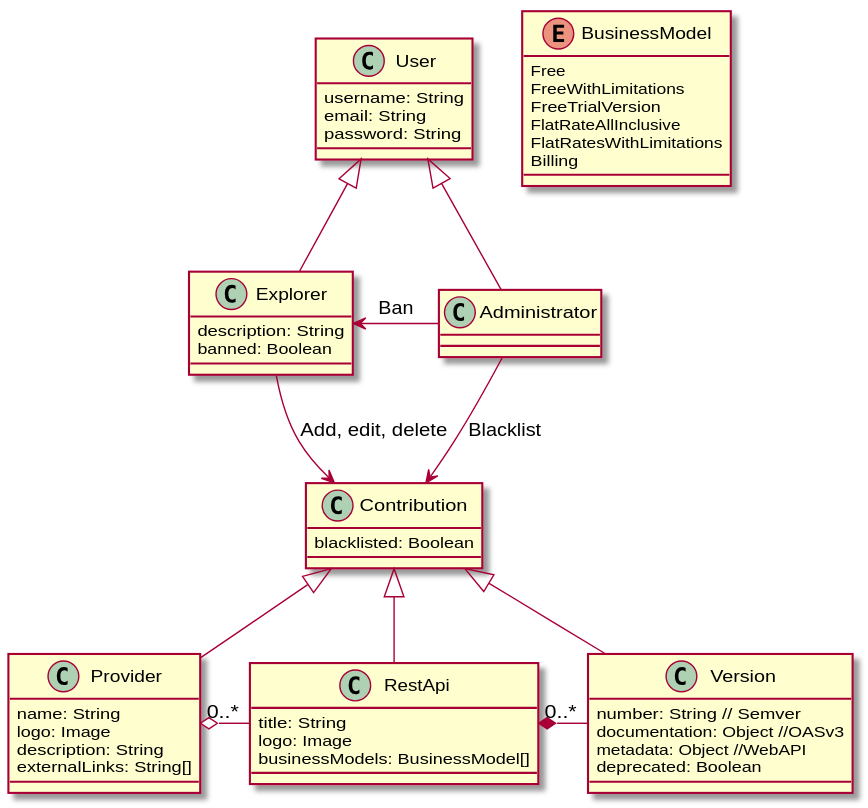
Before: doc/DC APIs Repositorio.svg, a diagram exported from PlantUML (tonen100/TFM_API_RepositorioServiciosWebEnriquecidos). Source of this version:
```plantuml
@startuml "DC APIs Repositorio"
enum BusinessModel {
    Free
    FreeWithLimitations
    FreeTrialVersion
    FlatRateAllInclusive
    FlatRatesWithLimitations
    Billing
}

class Provider {
    name: String
    logo: Image
    description: String
    externalLinks: String[]
}

class RestApi {
   title: String
   logo: Image
   businessModels: BusinessModel[]
}

class Version {
    number: String // Semver
    documentation: Object //OASv3
    metadata: Object //WebAPI
    deprecated: Boolean
}

class User {
    username: String
    email: String
    password: String
}

class Explorer {
    description: String
    banned: Boolean
}

class Administrator {

}

class Contribution {
    blacklisted: Boolean
}

RestApi *-right- "0..*" Version
Provider o-right- "0..*" RestApi
User <|-- Administrator
User <|-- Explorer
Administrator --> Contribution: Blacklist
Administrator -left-> Explorer: Ban
Explorer --> Contribution: Add, edit, delete
Contribution <|-- Provider
Contribution <|-- RestApi
Contribution <|-- Version
@enduml
```
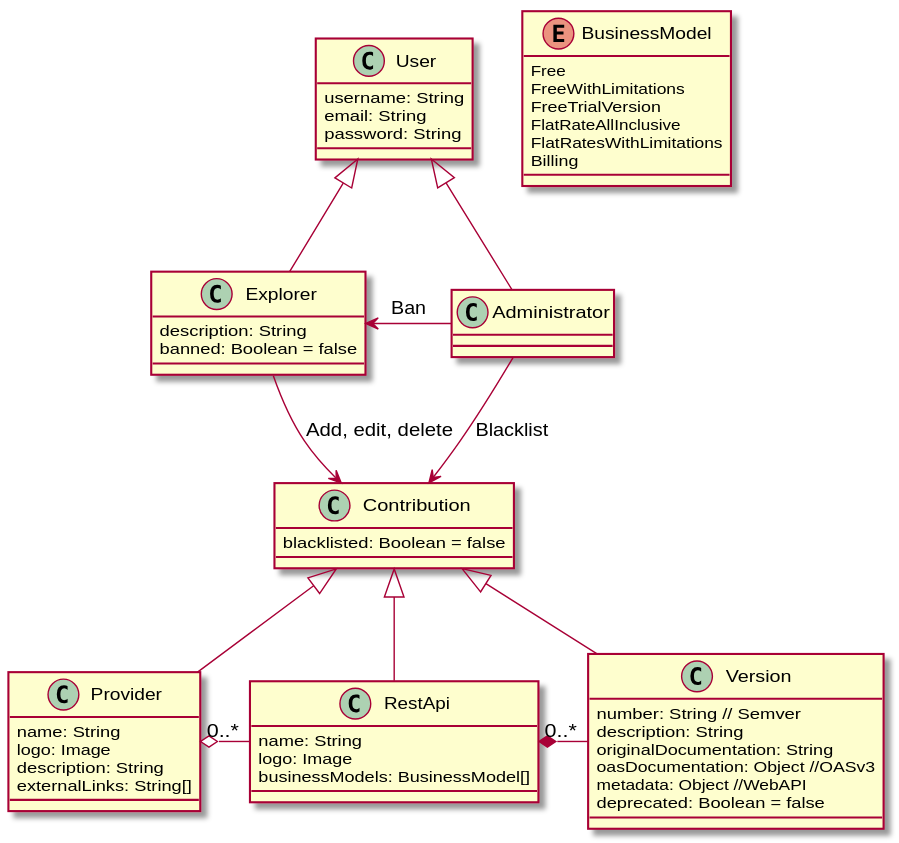
The same diagram one commit later.

What changed in the source:
```diff
@@ -16,16 +16,18 @@
 }
 
 class RestApi {
-   title: String
+   name: String
    logo: Image
    businessModels: BusinessModel[]
 }
 
 class Version {
     number: String // Semver
-    documentation: Object //OASv3
+    description: String
+    originalDocumentation: String
+    oasDocumentation: Object //OASv3
     metadata: Object //WebAPI
-    deprecated: Boolean
+    deprecated: Boolean = false
 }
 
 class User {
@@ -36,7 +38,7 @@
 
 class Explorer {
     description: String
-    banned: Boolean
+    banned: Boolean = false
 }
 
 class Administrator {
@@ -44,7 +46,7 @@
 }
 
 class Contribution {
-    blacklisted: Boolean
+    blacklisted: Boolean = false
 }
 
 RestApi *-right- "0..*" Version
```
